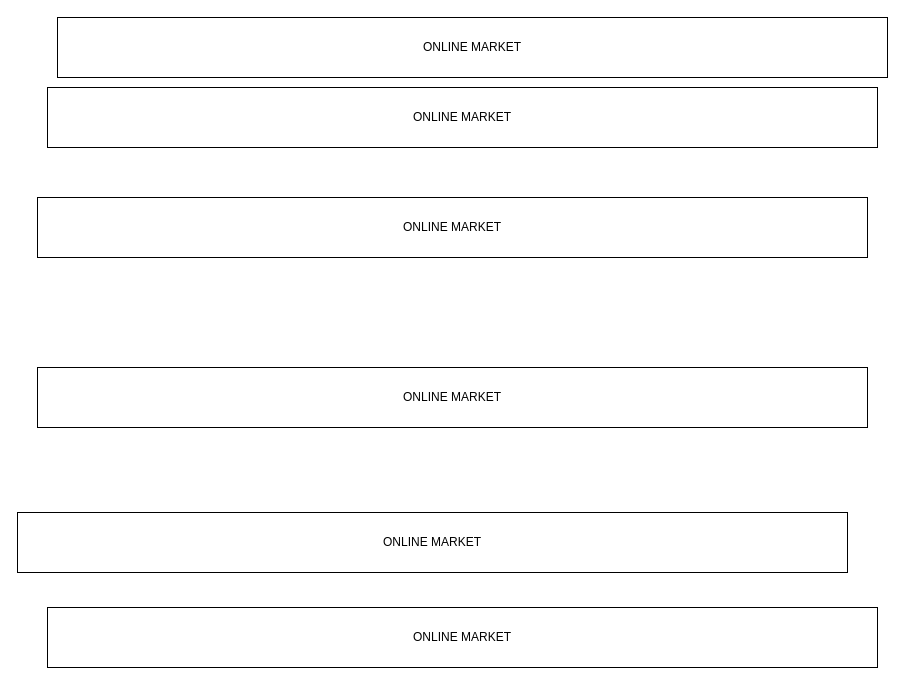
idrok-net/db-scheme keeps this draw.io diagram as page "chorshanba1" (1 of 2) of sxema.drawio. Above is the earlier version. Source tidied: cells renumbered, new cells numbered last; positions are measured from the earlier drawing's top-left corner, leaving out a move shared by most shapes. Both pictures are drawn from the tidied source at 100%, with x=0, y=0 at pixel (17, 17).
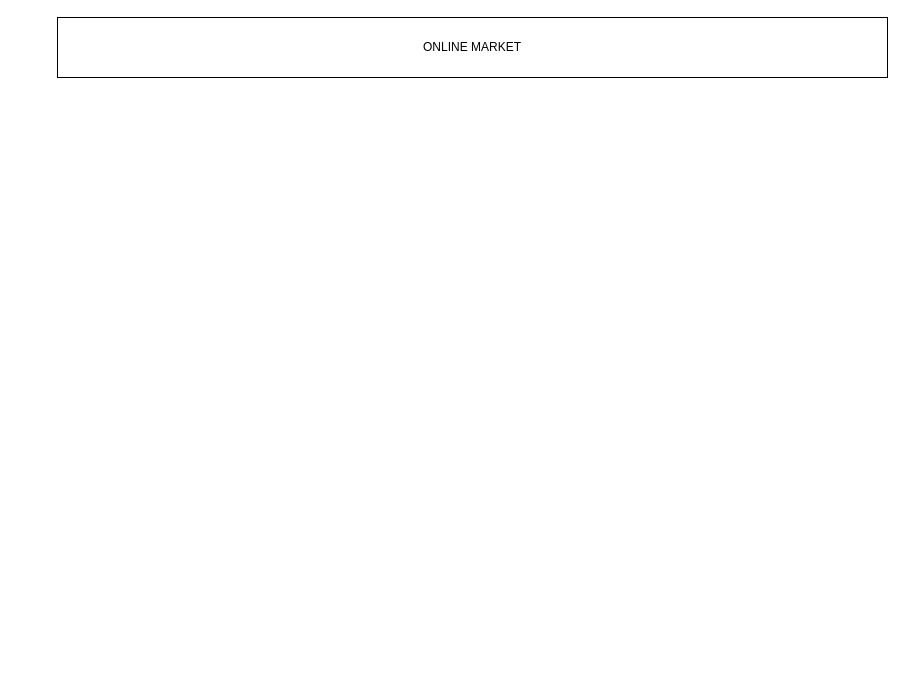
The same diagram, later.

Diff of the diagram source:
```diff
@@
 <mxGraphModel>
   <root>
     <mxCell id="0" />
     <mxCell id="1" parent="0" />
-    <mxCell id="2" value="ONLINE MARKET" style="rounded=0;whiteSpace=wrap;html=1;" parent="1" vertex="1">
-      <mxGeometry x="20" y="180" width="830" height="60" as="geometry" />
-    </mxCell>
-    <mxCell id="3" value="ONLINE MARKET" style="rounded=0;whiteSpace=wrap;html=1;" parent="1" vertex="1">
-      <mxGeometry x="30" y="70" width="830" height="60" as="geometry" />
-    </mxCell>
-    <mxCell id="4" value="ONLINE MARKET" style="rounded=0;whiteSpace=wrap;html=1;" parent="1" vertex="1">
-      <mxGeometry x="30" y="590" width="830" height="60" as="geometry" />
-    </mxCell>
-    <mxCell id="5" value="ONLINE MARKET" style="rounded=0;whiteSpace=wrap;html=1;" parent="1" vertex="1">
-      <mxGeometry x="20" y="350" width="830" height="60" as="geometry" />
-    </mxCell>
-    <mxCell id="6" value="ONLINE MARKET" style="rounded=0;whiteSpace=wrap;html=1;" parent="1" vertex="1">
-      <mxGeometry y="495" width="830" height="60" as="geometry" />
-    </mxCell>
     <mxCell id="7" value="ONLINE MARKET" style="rounded=0;whiteSpace=wrap;html=1;" parent="1" vertex="1">
       <mxGeometry x="40" width="830" height="60" as="geometry" />
     </mxCell>
   </root>
 </mxGraphModel>
```
